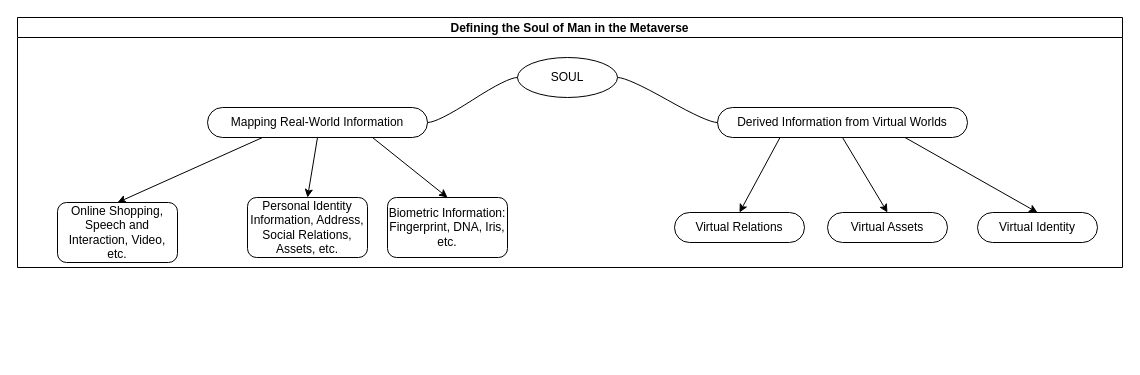
The draw.io diagram page "第 2 页" (2 of 3) of sbt.drawio in ymjl/blog, before the edit. Source tidied: cells renumbered, new cells numbered last; positions are measured from the earlier drawing's top-left corner, leaving out a move shared by most shapes. Both pictures are drawn from the tidied source at 100%, with x=0, y=0 at pixel (17, 17).
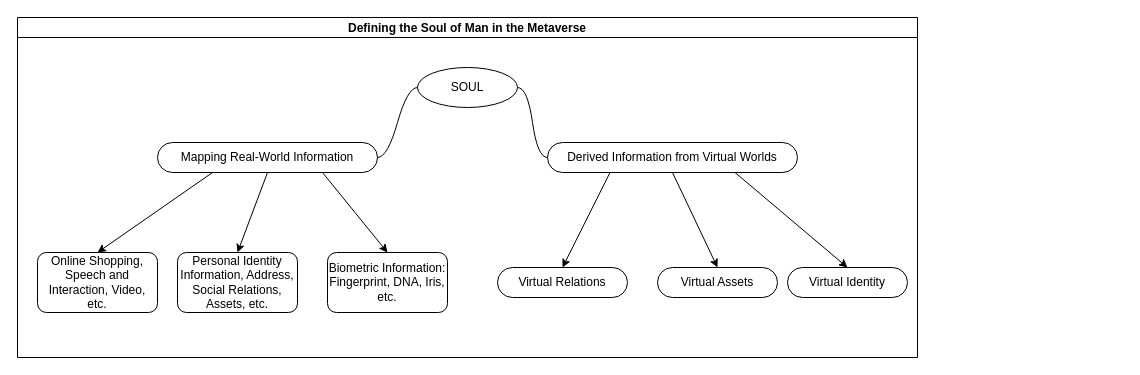
Above is the later version.

What changed in the source:
```diff
@@
 <mxGraphModel>
   <root>
     <mxCell id="0" />
     <mxCell id="1" parent="0" />
     <mxCell id="2" value="Defining the Soul of Man in the Metaverse" style="swimlane;startSize=20;horizontal=1;containerType=tree;shadow=0;" parent="1" vertex="1">
-      <mxGeometry width="1105" height="250" as="geometry" />
+      <mxGeometry width="900" height="340" as="geometry" />
     </mxCell>
     <mxCell id="3" value="SOUL" style="ellipse;whiteSpace=wrap;html=1;align=center;newEdgeStyle={&quot;edgeStyle&quot;:&quot;entityRelationEdgeStyle&quot;,&quot;startArrow&quot;:&quot;none&quot;,&quot;endArrow&quot;:&quot;none&quot;,&quot;segment&quot;:10,&quot;curved&quot;:1};shadow=0;" parent="2" vertex="1">
-      <mxGeometry x="500" y="40" width="100" height="40" as="geometry" />
+      <mxGeometry x="400" y="50" width="100" height="40" as="geometry" />
     </mxCell>
     <mxCell id="4" style="rounded=0;jettySize=auto;html=1;exitX=0.25;exitY=1;exitDx=0;exitDy=0;entryX=0.5;entryY=0;entryDx=0;entryDy=0;" parent="2" edge="1" source="7" target="11">
       <mxGeometry relative="1" as="geometry" />
     </mxCell>
     <mxCell id="5" style="rounded=0;jettySize=auto;html=1;exitX=0.75;exitY=1;exitDx=0;exitDy=0;entryX=0.5;entryY=0;entryDx=0;entryDy=0;elbow=vertical;" parent="2" edge="1" source="7" target="10">
       <mxGeometry relative="1" as="geometry" />
     </mxCell>
     <mxCell id="6" style="rounded=0;jettySize=auto;html=1;exitX=0.5;exitY=1;exitDx=0;exitDy=0;entryX=0.5;entryY=0;entryDx=0;entryDy=0;" parent="2" edge="1" source="7" target="9">
       <mxGeometry relative="1" as="geometry" />
     </mxCell>
     <mxCell id="7" value="Derived Information from Virtual Worlds" style="whiteSpace=wrap;html=1;rounded=1;arcSize=50;align=center;verticalAlign=middle;strokeWidth=1;spacing=4;newEdgeStyle={&quot;edgeStyle&quot;:&quot;entityRelationEdgeStyle&quot;,&quot;startArrow&quot;:&quot;none&quot;,&quot;endArrow&quot;:&quot;none&quot;,&quot;segment&quot;:10,&quot;curved&quot;:1};shadow=0;" parent="2" vertex="1">
-      <mxGeometry x="700" y="90" width="250" height="30" as="geometry" />
+      <mxGeometry x="530" y="125" width="250" height="30" as="geometry" />
     </mxCell>
-    <mxCell id="8" style="edgeStyle=entityRelationEdgeStyle;startArrow=none;endArrow=none;segment=10;curved=1;rounded=0;exitX=1;exitY=0.5;exitDx=0;exitDy=0;" parent="2" edge="1" source="3" target="7">
+    <mxCell id="8" style="edgeStyle=entityRelationEdgeStyle;startArrow=none;endArrow=none;segment=10;curved=1;rounded=0;exitX=1;exitY=0.5;exitDx=0;exitDy=0;entryX=0;entryY=0.5;entryDx=0;entryDy=0;" parent="2" edge="1" source="3" target="7">
       <mxGeometry relative="1" as="geometry" />
     </mxCell>
     <mxCell id="9" value="Virtual Assets" style="whiteSpace=wrap;html=1;rounded=1;arcSize=50;align=center;verticalAlign=middle;strokeWidth=1;spacing=4;newEdgeStyle={&quot;edgeStyle&quot;:&quot;entityRelationEdgeStyle&quot;,&quot;startArrow&quot;:&quot;none&quot;,&quot;endArrow&quot;:&quot;none&quot;,&quot;segment&quot;:10,&quot;curved&quot;:1};shadow=0;" parent="2" vertex="1">
-      <mxGeometry x="810" y="195" width="120" height="30" as="geometry" />
+      <mxGeometry x="640" y="250" width="120" height="30" as="geometry" />
     </mxCell>
     <mxCell id="10" value="Virtual Identity" style="whiteSpace=wrap;html=1;rounded=1;arcSize=50;align=center;verticalAlign=middle;strokeWidth=1;spacing=4;newEdgeStyle={&quot;edgeStyle&quot;:&quot;entityRelationEdgeStyle&quot;,&quot;startArrow&quot;:&quot;none&quot;,&quot;endArrow&quot;:&quot;none&quot;,&quot;segment&quot;:10,&quot;curved&quot;:1};shadow=0;" parent="2" vertex="1">
-      <mxGeometry x="960" y="195" width="120" height="30" as="geometry" />
+      <mxGeometry x="770" y="250" width="120" height="30" as="geometry" />
     </mxCell>
     <mxCell id="11" value="Virtual Relations" style="whiteSpace=wrap;html=1;rounded=1;arcSize=50;align=center;verticalAlign=middle;strokeWidth=1;spacing=4;newEdgeStyle={&quot;edgeStyle&quot;:&quot;entityRelationEdgeStyle&quot;,&quot;startArrow&quot;:&quot;none&quot;,&quot;endArrow&quot;:&quot;none&quot;,&quot;segment&quot;:10,&quot;curved&quot;:1};shadow=0;" parent="2" vertex="1">
-      <mxGeometry x="657" y="195" width="130" height="30" as="geometry" />
+      <mxGeometry x="480" y="250" width="130" height="30" as="geometry" />
     </mxCell>
     <mxCell id="12" style="edgeStyle=none;rounded=0;jettySize=auto;html=1;exitX=0.25;exitY=1;exitDx=0;exitDy=0;entryX=0.5;entryY=0;entryDx=0;entryDy=0;elbow=vertical;" parent="2" edge="1" source="15" target="17">
       <mxGeometry relative="1" as="geometry" />
     </mxCell>
     <mxCell id="13" style="edgeStyle=none;rounded=0;jettySize=auto;html=1;exitX=0.5;exitY=1;exitDx=0;exitDy=0;entryX=0.5;entryY=0;entryDx=0;entryDy=0;elbow=vertical;" parent="2" edge="1" source="15" target="18">
       <mxGeometry relative="1" as="geometry" />
     </mxCell>
     <mxCell id="14" style="edgeStyle=none;rounded=0;jettySize=auto;html=1;exitX=0.75;exitY=1;exitDx=0;exitDy=0;entryX=0.5;entryY=0;entryDx=0;entryDy=0;elbow=vertical;" parent="2" edge="1" source="15" target="19">
       <mxGeometry relative="1" as="geometry" />
     </mxCell>
     <mxCell id="15" value="Mapping Real-World Information" style="whiteSpace=wrap;html=1;rounded=1;arcSize=50;align=center;verticalAlign=middle;strokeWidth=1;spacing=4;newEdgeStyle={&quot;edgeStyle&quot;:&quot;entityRelationEdgeStyle&quot;,&quot;startArrow&quot;:&quot;none&quot;,&quot;endArrow&quot;:&quot;none&quot;,&quot;segment&quot;:10,&quot;curved&quot;:1};shadow=0;" parent="2" vertex="1">
-      <mxGeometry x="190" y="90" width="220" height="30" as="geometry" />
+      <mxGeometry x="140" y="125" width="220" height="30" as="geometry" />
     </mxCell>
     <mxCell id="16" style="edgeStyle=entityRelationEdgeStyle;startArrow=none;endArrow=none;segment=10;curved=1;rounded=0;" parent="2" edge="1" source="3" target="15">
       <mxGeometry relative="1" as="geometry" />
     </mxCell>
     <mxCell id="17" value="Online Shopping, Speech and Interaction, Video, etc." style="rounded=1;whiteSpace=wrap;html=1;shadow=0;" parent="2" vertex="1">
-      <mxGeometry x="40" y="185" width="120" height="60" as="geometry" />
+      <mxGeometry x="20" y="235" width="120" height="60" as="geometry" />
     </mxCell>
     <mxCell id="18" value="Personal Identity Information, Address, Social Relations, Assets, etc." style="rounded=1;whiteSpace=wrap;html=1;shadow=0;" parent="2" vertex="1">
-      <mxGeometry x="230" y="180" width="120" height="60" as="geometry" />
+      <mxGeometry x="160" y="235" width="120" height="60" as="geometry" />
     </mxCell>
     <mxCell id="19" value="Biometric Information: Fingerprint, DNA, Iris, etc." style="rounded=1;whiteSpace=wrap;html=1;shadow=0;" parent="2" vertex="1">
-      <mxGeometry x="370" y="180" width="120" height="60" as="geometry" />
+      <mxGeometry x="310" y="235" width="120" height="60" as="geometry" />
     </mxCell>
   </root>
 </mxGraphModel>
```
